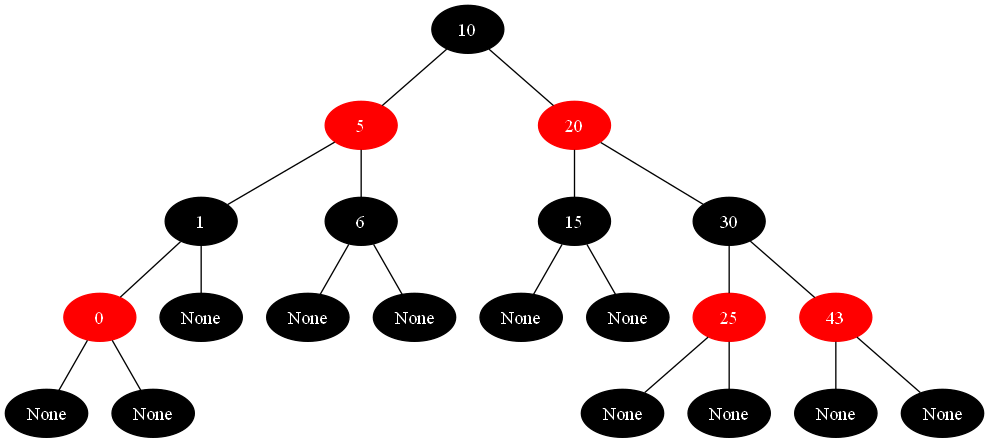
Before: rbt.png, a diagram exported from Graphviz (UofA522/Project2). Its source is kept beside it as rbt.dot.
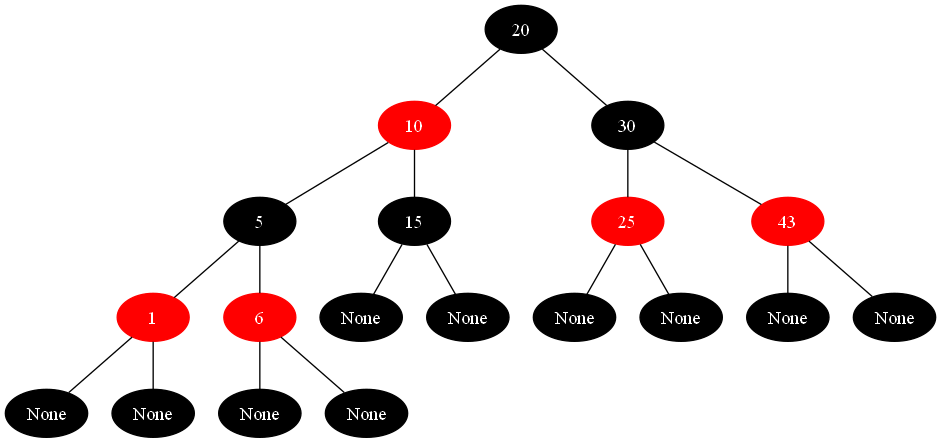
After the commit.

Diff of the diagram source:
```diff
@@ -1,43 +1,39 @@
 graph {
-	 0 [label="10", color=black, style=filled, fontcolor=white];
-	 1 [label="5", color=red, style=filled, fontcolor=white];
-	 2 [label="1", color=black, style=filled, fontcolor=white];
-	 3 [label="0", color=red, style=filled, fontcolor=white];
+	 0 [label="20", color=black, style=filled, fontcolor=white];
+	 1 [label="10", color=red, style=filled, fontcolor=white];
+	 2 [label="5", color=black, style=filled, fontcolor=white];
+	 3 [label="1", color=red, style=filled, fontcolor=white];
 	 4 [label="None", color=black, style=filled, fontcolor=white];
 	 5 [label="None", color=black, style=filled, fontcolor=white];
-	 6 [label="None", color=black, style=filled, fontcolor=white];
-	 7 [label="6", color=black, style=filled, fontcolor=white];
+	 6 [label="6", color=red, style=filled, fontcolor=white];
+	 7 [label="None", color=black, style=filled, fontcolor=white];
 	 8 [label="None", color=black, style=filled, fontcolor=white];
-	 9 [label="None", color=black, style=filled, fontcolor=white];
-	 10 [label="20", color=red, style=filled, fontcolor=white];
-	 11 [label="15", color=black, style=filled, fontcolor=white];
-	 12 [label="None", color=black, style=filled, fontcolor=white];
-	 13 [label="None", color=black, style=filled, fontcolor=white];
-	 14 [label="30", color=black, style=filled, fontcolor=white];
-	 15 [label="25", color=red, style=filled, fontcolor=white];
-	 16 [label="None", color=black, style=filled, fontcolor=white];
+	 9 [label="15", color=black, style=filled, fontcolor=white];
+	 10 [label="None", color=black, style=filled, fontcolor=white];
+	 11 [label="None", color=black, style=filled, fontcolor=white];
+	 12 [label="30", color=black, style=filled, fontcolor=white];
+	 13 [label="25", color=red, style=filled, fontcolor=white];
+	 14 [label="None", color=black, style=filled, fontcolor=white];
+	 15 [label="None", color=black, style=filled, fontcolor=white];
+	 16 [label="43", color=red, style=filled, fontcolor=white];
 	 17 [label="None", color=black, style=filled, fontcolor=white];
-	 18 [label="43", color=red, style=filled, fontcolor=white];
-	 19 [label="None", color=black, style=filled, fontcolor=white];
-	 20 [label="None", color=black, style=filled, fontcolor=white];
+	 18 [label="None", color=black, style=filled, fontcolor=white];
 	 0 -- 1;
 	 1 -- 2;
 	 2 -- 3;
 	 3 -- 4;
 	 3 -- 5;
 	 2 -- 6;
-	 1 -- 7;
-	 7 -- 8;
-	 7 -- 9;
-	 0 -- 10;
-	 10 -- 11;
-	 11 -- 12;
-	 11 -- 13;
-	 10 -- 14;
-	 14 -- 15;
-	 15 -- 16;
-	 15 -- 17;
-	 14 -- 18;
-	 18 -- 19;
-	 18 -- 20;
+	 6 -- 7;
+	 6 -- 8;
+	 1 -- 9;
+	 9 -- 10;
+	 9 -- 11;
+	 0 -- 12;
+	 12 -- 13;
+	 13 -- 14;
+	 13 -- 15;
+	 12 -- 16;
+	 16 -- 17;
+	 16 -- 18;
 }
```
